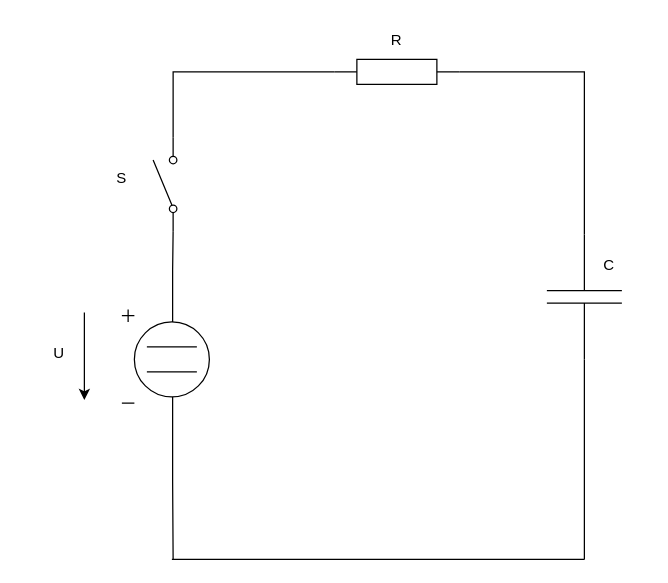
This is priklad5/priklad5.drawio from MartinNav/iel_proj, a draw.io file, before an edit. Source tidied: cells renumbered, new cells numbered last; positions are measured from the earlier drawing's top-left corner, leaving out a move shared by most shapes. Both pictures are drawn from the tidied source at 125%, with x=0, y=0 at pixel (21, 21).
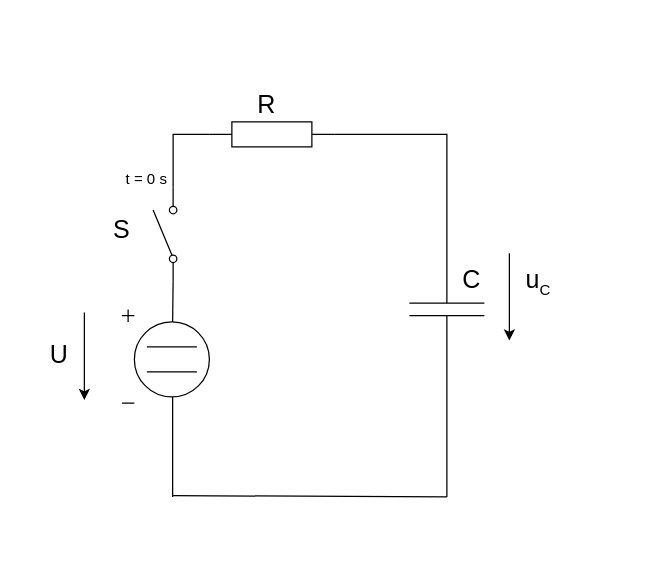
The same page after the edit.

Unchanged cells that the change refers to:
```xml
<mxCell id="7" style="verticalLabelPosition=bottom;shadow=0;dashed=0;align=center;html=1;verticalAlign=top;shape=mxgraph.electrical.signal_sources.dc_source_1;" parent="1" vertex="1">
  <mxGeometry x="80" y="230" width="70" height="75" as="geometry" />
</mxCell>
```

What changed in the source:
```diff
@@
     <mxCell id="2" style="verticalLabelPosition=bottom;shadow=0;dashed=0;align=center;html=1;verticalAlign=top;shape=mxgraph.electrical.resistors.resistor_1;" parent="1" vertex="1">
-      <mxGeometry x="250" y="30" width="100" height="20" as="geometry" />
+      <mxGeometry x="150" y="80" width="100" height="20" as="geometry" />
     </mxCell>
     <mxCell id="3" style="edgeStyle=orthogonalEdgeStyle;rounded=0;jettySize=auto;html=1;exitX=1;exitY=0.5;exitDx=0;exitDy=0;exitPerimeter=0;endArrow=none;endFill=0;" parent="1" edge="1" source="4">
       <mxGeometry relative="1" as="geometry">
-        <mxPoint x="450" y="430" as="targetPoint" />
+        <mxPoint x="340" y="380" as="targetPoint" />
       </mxGeometry>
     </mxCell>
     <mxCell id="4" style="verticalLabelPosition=bottom;shadow=0;dashed=0;align=center;html=1;verticalAlign=top;shape=mxgraph.electrical.capacitors.capacitor_1;rotation=90;" parent="1" vertex="1">
-      <mxGeometry x="400" y="190" width="100" height="60" as="geometry" />
+      <mxGeometry x="290" y="200" width="100" height="60" as="geometry" />
     </mxCell>
@@
-    <mxCell id="6" style="edgeStyle=orthogonalEdgeStyle;rounded=0;jettySize=auto;html=1;exitX=0.58;exitY=0.935;exitDx=0;exitDy=0;exitPerimeter=0;endArrow=none;endFill=0;" parent="1" edge="1" source="7">
-      <mxGeometry relative="1" as="geometry">
-        <mxPoint x="121" y="430" as="targetPoint" />
-      </mxGeometry>
-    </mxCell>
+    <mxCell id="19" style="edgeStyle=orthogonalEdgeStyle;rounded=0;jettySize=auto;html=1;exitX=0.58;exitY=0.935;exitDx=0;exitDy=0;exitPerimeter=0;endArrow=none;endFill=0;" parent="1" edge="1" source="7">
+      <mxGeometry relative="1" as="geometry">
+        <mxPoint x="120.6" y="380" as="targetPoint" />
+      </mxGeometry>
+    </mxCell>
@@
     <mxCell id="8" style="html=1;shape=mxgraph.electrical.electro-mechanical.singleSwitch;elSwitchState=off;rotation=-90;" parent="1" vertex="1">
-      <mxGeometry x="77.5" y="120" width="75" height="20" as="geometry" />
+      <mxGeometry x="77.5" y="160" width="75" height="20" as="geometry" />
     </mxCell>
     <mxCell id="9" style="edgeStyle=orthogonalEdgeStyle;rounded=0;jettySize=auto;html=1;exitX=1;exitY=0.8;exitDx=0;exitDy=0;entryX=0;entryY=0.5;entryDx=0;entryDy=0;entryPerimeter=0;endArrow=none;endFill=0;" parent="1" edge="1" source="8" target="2">
-      <mxGeometry relative="1" as="geometry" />
+      <mxGeometry relative="1" as="geometry">
+        <Array as="points">
+          <mxPoint x="121" y="90" />
+        </Array>
+      </mxGeometry>
     </mxCell>
@@
     <mxCell id="11" style="endArrow=none;html=1;rounded=0;" parent="1" edge="1">
       <mxGeometry relative="1" as="geometry">
-        <mxPoint x="120" y="430" as="sourcePoint" />
-        <mxPoint x="450" y="430" as="targetPoint" />
+        <mxPoint x="121" y="379" as="sourcePoint" />
+        <mxPoint x="340" y="380" as="targetPoint" />
       </mxGeometry>
     </mxCell>
@@
-    <mxCell id="14" value="R" style="text;html=1;strokeColor=none;fillColor=none;align=center;verticalAlign=middle;whiteSpace=wrap;rounded=0;" parent="1" vertex="1">
-      <mxGeometry x="270" width="60" height="30" as="geometry" />
+    <mxCell id="14" value="&lt;font style=&quot;font-size: 20px;&quot;&gt;R&lt;/font&gt;" style="text;html=1;strokeColor=none;fillColor=none;align=center;verticalAlign=middle;whiteSpace=wrap;rounded=0;" parent="1" vertex="1">
+      <mxGeometry x="166" y="50" width="60" height="30" as="geometry" />
     </mxCell>
-    <mxCell id="15" value="C" style="text;html=1;strokeColor=none;fillColor=none;align=center;verticalAlign=middle;whiteSpace=wrap;rounded=0;" parent="1" vertex="1">
-      <mxGeometry x="440" y="180" width="60" height="30" as="geometry" />
+    <mxCell id="15" value="&lt;font style=&quot;font-size: 20px;&quot;&gt;C&lt;/font&gt;" style="text;html=1;strokeColor=none;fillColor=none;align=center;verticalAlign=middle;whiteSpace=wrap;rounded=0;" parent="1" vertex="1">
+      <mxGeometry x="330" y="190" width="60" height="30" as="geometry" />
     </mxCell>
@@
-    <mxCell id="17" value="U" style="text;html=1;strokeColor=none;fillColor=none;align=center;verticalAlign=middle;whiteSpace=wrap;rounded=0;" parent="1" vertex="1">
+    <mxCell id="17" value="U" style="text;html=1;strokeColor=none;fillColor=none;align=center;verticalAlign=middle;whiteSpace=wrap;rounded=0;fontSize=20;" parent="1" vertex="1">
       <mxGeometry y="250" width="60" height="30" as="geometry" />
     </mxCell>
-    <mxCell id="18" value="S" style="text;html=1;strokeColor=none;fillColor=none;align=center;verticalAlign=middle;whiteSpace=wrap;rounded=0;" parent="1" vertex="1">
-      <mxGeometry x="50" y="110" width="60" height="30" as="geometry" />
+    <mxCell id="18" value="&lt;font style=&quot;font-size: 20px;&quot;&gt;S&lt;/font&gt;" style="text;html=1;strokeColor=none;fillColor=none;align=center;verticalAlign=middle;whiteSpace=wrap;rounded=0;fontSize=20;" parent="1" vertex="1">
+      <mxGeometry x="50" y="150" width="60" height="30" as="geometry" />
     </mxCell>
+    <mxCell id="20" value="&lt;font style=&quot;font-size: 20px;&quot;&gt;u&lt;/font&gt;" style="text;html=1;strokeColor=none;fillColor=none;align=center;verticalAlign=middle;whiteSpace=wrap;rounded=0;" parent="1" vertex="1">
+      <mxGeometry x="379" y="190" width="60" height="30" as="geometry" />
+    </mxCell>
+    <mxCell id="21" value="C" style="text;html=1;strokeColor=none;fillColor=none;align=center;verticalAlign=middle;whiteSpace=wrap;rounded=0;" parent="1" vertex="1">
+      <mxGeometry x="389" y="200" width="60" height="30" as="geometry" />
+    </mxCell>
+    <mxCell id="22" style="endArrow=classic;html=1;rounded=0;" parent="1" edge="1">
+      <mxGeometry relative="1" as="geometry">
+        <mxPoint x="390" y="185" as="sourcePoint" />
+        <mxPoint x="390" y="255" as="targetPoint" />
+      </mxGeometry>
+    </mxCell>
+    <mxCell id="23" value="t = 0 s" style="text;html=1;strokeColor=none;fillColor=none;align=center;verticalAlign=middle;whiteSpace=wrap;rounded=0;" parent="1" vertex="1">
+      <mxGeometry x="70" y="111" width="60" height="30" as="geometry" />
+    </mxCell>
```
